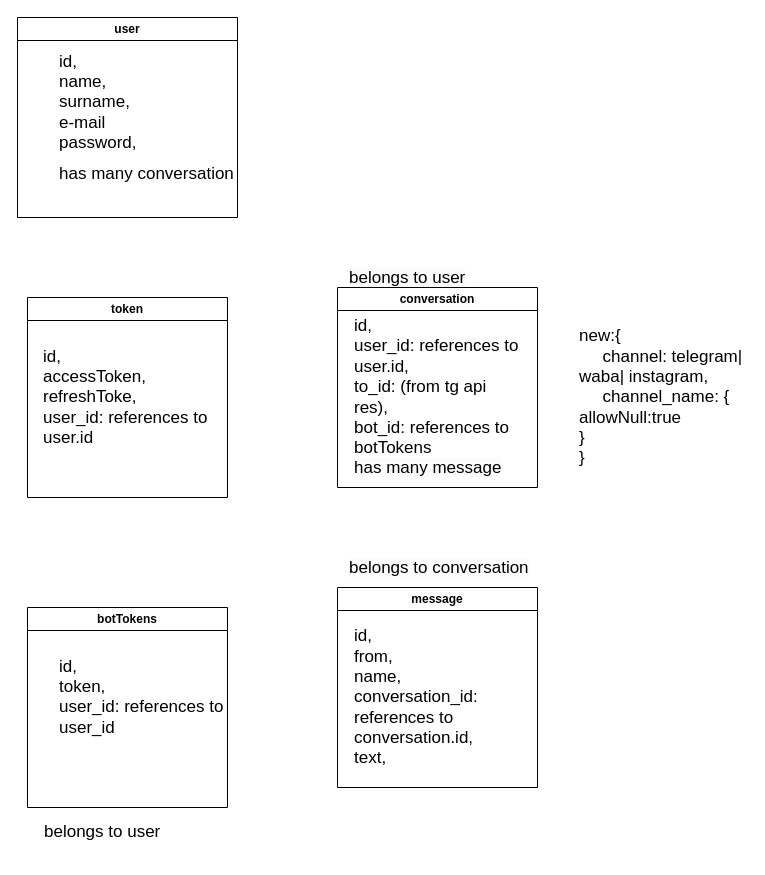
Earlier version of the draw.io diagram Models/Диаграмма без названия.drawio (Fasssni/qrtr-back). Source tidied: cells renumbered, new cells numbered last; positions are measured from the earlier drawing's top-left corner, leaving out a move shared by most shapes. Both pictures are drawn from the tidied source at 100%, with x=0, y=0 at pixel (17, 17).
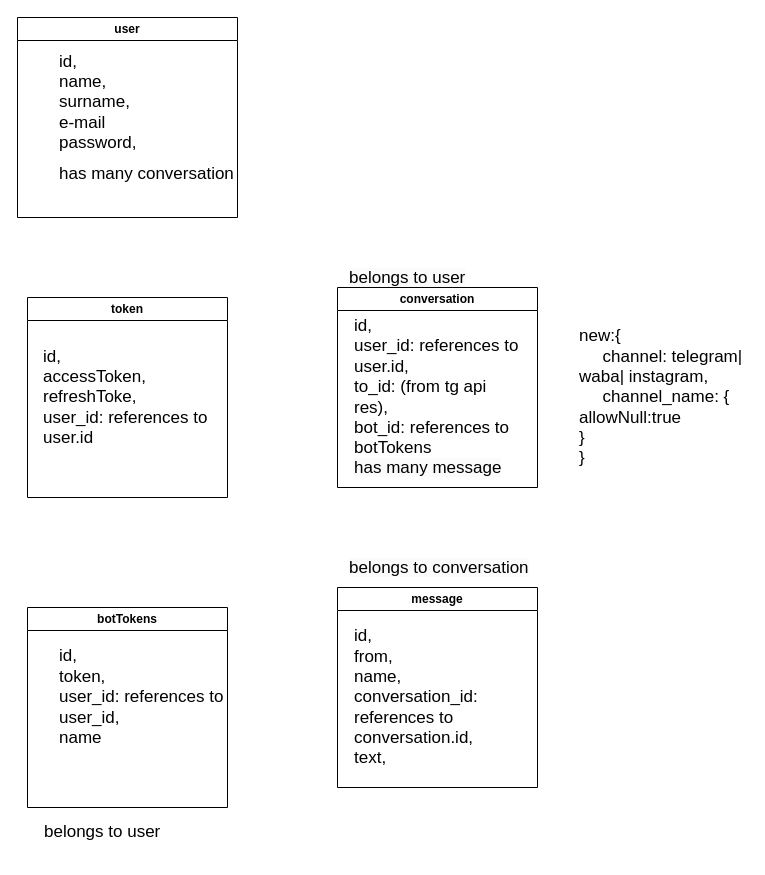
After the change.

The edit, as a diff of the source:
```diff
@@
 <mxGraphModel>
   <root>
     <mxCell id="0" />
     <mxCell id="1" parent="0" />
     <mxCell id="2" value="user" style="swimlane;whiteSpace=wrap;html=1;" parent="1" vertex="1">
       <mxGeometry width="220" height="200" as="geometry" />
     </mxCell>
     <mxCell id="3" value="&lt;div style=&quot;font-size: 17px;&quot;&gt;&lt;span style=&quot;background-color: initial;&quot;&gt;&lt;font style=&quot;font-size: 17px;&quot;&gt;id,&lt;/font&gt;&lt;/span&gt;&lt;/div&gt;&lt;div style=&quot;font-size: 17px;&quot;&gt;&lt;span style=&quot;background-color: initial;&quot;&gt;&lt;font style=&quot;font-size: 17px;&quot;&gt;name,&lt;/font&gt;&lt;/span&gt;&lt;/div&gt;&lt;div style=&quot;font-size: 17px;&quot;&gt;&lt;span style=&quot;background-color: initial;&quot;&gt;&lt;font style=&quot;font-size: 17px;&quot;&gt;surname,&lt;/font&gt;&lt;/span&gt;&lt;/div&gt;&lt;div style=&quot;font-size: 17px;&quot;&gt;&lt;span style=&quot;background-color: initial;&quot;&gt;&lt;font style=&quot;font-size: 17px;&quot;&gt;e-mail&lt;/font&gt;&lt;/span&gt;&lt;/div&gt;&lt;div style=&quot;font-size: 17px;&quot;&gt;&lt;span style=&quot;background-color: initial;&quot;&gt;&lt;font style=&quot;font-size: 17px;&quot;&gt;password,&lt;/font&gt;&lt;/span&gt;&lt;/div&gt;" style="text;strokeColor=none;align=left;fillColor=none;html=1;verticalAlign=middle;whiteSpace=wrap;rounded=0;" parent="2" vertex="1">
       <mxGeometry x="40" y="60" width="60" height="50" as="geometry" />
     </mxCell>
     <mxCell id="4" value="&lt;span style=&quot;font-size: 17px;&quot;&gt;has many conversation&lt;/span&gt;" style="text;whiteSpace=wrap;html=1;" parent="2" vertex="1">
       <mxGeometry x="40" y="140" width="200" height="40" as="geometry" />
     </mxCell>
     <mxCell id="5" value="botTokens" style="swimlane;whiteSpace=wrap;html=1;startSize=23;" parent="1" vertex="1">
       <mxGeometry x="10" y="590" width="200" height="200" as="geometry" />
     </mxCell>
-    <mxCell id="6" value="&lt;div style=&quot;font-size: 17px;&quot;&gt;&lt;span style=&quot;background-color: initial;&quot;&gt;&lt;font style=&quot;font-size: 17px;&quot;&gt;id,&lt;/font&gt;&lt;/span&gt;&lt;/div&gt;&lt;div style=&quot;font-size: 17px;&quot;&gt;token,&amp;nbsp;&lt;/div&gt;&lt;div style=&quot;font-size: 17px;&quot;&gt;user_id: references to user_id&lt;/div&gt;&lt;div style=&quot;font-size: 17px;&quot;&gt;&lt;br&gt;&lt;/div&gt;" style="text;strokeColor=none;align=left;fillColor=none;html=1;verticalAlign=middle;whiteSpace=wrap;rounded=0;" parent="5" vertex="1">
+    <mxCell id="6" value="&lt;div style=&quot;font-size: 17px;&quot;&gt;&lt;span style=&quot;background-color: initial;&quot;&gt;&lt;font style=&quot;font-size: 17px;&quot;&gt;id,&lt;/font&gt;&lt;/span&gt;&lt;/div&gt;&lt;div style=&quot;font-size: 17px;&quot;&gt;token,&amp;nbsp;&lt;/div&gt;&lt;div style=&quot;font-size: 17px;&quot;&gt;user_id: references to user_id,&amp;nbsp;&lt;br&gt;name&lt;/div&gt;&lt;div style=&quot;font-size: 17px;&quot;&gt;&lt;br&gt;&lt;/div&gt;" style="text;strokeColor=none;align=left;fillColor=none;html=1;verticalAlign=middle;whiteSpace=wrap;rounded=0;" parent="5" vertex="1">
       <mxGeometry x="30" y="75" width="170" height="50" as="geometry" />
     </mxCell>
     <mxCell id="7" value="conversation" style="swimlane;whiteSpace=wrap;html=1;startSize=23;" parent="1" vertex="1">
       <mxGeometry x="320" y="270" width="200" height="200" as="geometry" />
     </mxCell>
     <mxCell id="8" value="&lt;div style=&quot;font-size: 17px;&quot;&gt;&lt;span style=&quot;background-color: initial;&quot;&gt;&lt;font style=&quot;font-size: 17px;&quot;&gt;id,&lt;/font&gt;&lt;/span&gt;&lt;/div&gt;&lt;div style=&quot;font-size: 17px;&quot;&gt;user_id: references to user.id,&amp;nbsp;&lt;/div&gt;&lt;div style=&quot;font-size: 17px;&quot;&gt;to_id: (from tg api res),&lt;br&gt;bot_id: references to botTokens&lt;br&gt;&lt;br&gt;&lt;/div&gt;" style="text;strokeColor=none;align=left;fillColor=none;html=1;verticalAlign=middle;whiteSpace=wrap;rounded=0;" parent="7" vertex="1">
       <mxGeometry x="15" y="85" width="170" height="50" as="geometry" />
     </mxCell>
     <mxCell id="9" value="&lt;br&gt;&lt;span style=&quot;color: rgb(0, 0, 0); font-family: Helvetica; font-size: 17px; font-style: normal; font-variant-ligatures: normal; font-variant-caps: normal; font-weight: 400; letter-spacing: normal; orphans: 2; text-align: left; text-indent: 0px; text-transform: none; widows: 2; word-spacing: 0px; -webkit-text-stroke-width: 0px; background-color: rgb(251, 251, 251); text-decoration-thickness: initial; text-decoration-style: initial; text-decoration-color: initial; float: none; display: inline !important;&quot;&gt;has many message&lt;/span&gt;" style="text;whiteSpace=wrap;html=1;" parent="7" vertex="1">
       <mxGeometry x="15" y="150" width="200" height="40" as="geometry" />
     </mxCell>
     <mxCell id="10" value="&#10;&lt;span style=&quot;color: rgb(0, 0, 0); font-family: Helvetica; font-size: 17px; font-style: normal; font-variant-ligatures: normal; font-variant-caps: normal; font-weight: 400; letter-spacing: normal; orphans: 2; text-align: left; text-indent: 0px; text-transform: none; widows: 2; word-spacing: 0px; -webkit-text-stroke-width: 0px; background-color: rgb(251, 251, 251); text-decoration-thickness: initial; text-decoration-style: initial; text-decoration-color: initial; float: none; display: inline !important;&quot;&gt;belongs to user&lt;/span&gt;&#10;&#10;" style="text;whiteSpace=wrap;html=1;" parent="1" vertex="1">
       <mxGeometry x="330" y="230" width="200" height="40" as="geometry" />
     </mxCell>
     <mxCell id="11" value="message" style="swimlane;whiteSpace=wrap;html=1;startSize=23;" parent="1" vertex="1">
       <mxGeometry x="320" y="570" width="200" height="200" as="geometry" />
     </mxCell>
     <mxCell id="12" value="&lt;div style=&quot;font-size: 17px;&quot;&gt;&lt;span style=&quot;background-color: initial;&quot;&gt;&lt;font style=&quot;font-size: 17px;&quot;&gt;id,&lt;/font&gt;&lt;/span&gt;&lt;/div&gt;&lt;div style=&quot;font-size: 17px;&quot;&gt;from,&lt;br&gt;name,&lt;br&gt;conversation_id: references to conversation.id,&lt;br&gt;text,&amp;nbsp;&lt;/div&gt;" style="text;strokeColor=none;align=left;fillColor=none;html=1;verticalAlign=middle;whiteSpace=wrap;rounded=0;" parent="11" vertex="1">
       <mxGeometry x="15" y="85" width="170" height="50" as="geometry" />
     </mxCell>
     <mxCell id="13" value="&lt;br&gt;&lt;span style=&quot;color: rgb(0, 0, 0); font-family: Helvetica; font-size: 17px; font-style: normal; font-variant-ligatures: normal; font-variant-caps: normal; font-weight: 400; letter-spacing: normal; orphans: 2; text-align: left; text-indent: 0px; text-transform: none; widows: 2; word-spacing: 0px; -webkit-text-stroke-width: 0px; background-color: rgb(251, 251, 251); text-decoration-thickness: initial; text-decoration-style: initial; text-decoration-color: initial; float: none; display: inline !important;&quot;&gt;belongs to conversation&lt;/span&gt;&lt;br&gt;" style="text;whiteSpace=wrap;html=1;" parent="1" vertex="1">
       <mxGeometry x="330" y="520" width="200" height="40" as="geometry" />
     </mxCell>
     <mxCell id="14" value="token" style="swimlane;whiteSpace=wrap;html=1;startSize=23;" parent="1" vertex="1">
       <mxGeometry x="10" y="280" width="200" height="200" as="geometry" />
     </mxCell>
     <mxCell id="15" value="&lt;div style=&quot;font-size: 17px;&quot;&gt;&lt;span style=&quot;background-color: initial;&quot;&gt;&lt;font style=&quot;font-size: 17px;&quot;&gt;id,&lt;/font&gt;&lt;/span&gt;&lt;/div&gt;&lt;div style=&quot;font-size: 17px;&quot;&gt;accessToken,&amp;nbsp;&lt;br&gt;refreshToke,&lt;/div&gt;&lt;div style=&quot;font-size: 17px;&quot;&gt;&lt;span style=&quot;background-color: initial;&quot;&gt;&lt;font style=&quot;font-size: 17px;&quot;&gt;user_id: references to user.id&lt;/font&gt;&lt;/span&gt;&lt;/div&gt;" style="text;strokeColor=none;align=left;fillColor=none;html=1;verticalAlign=middle;whiteSpace=wrap;rounded=0;" parent="14" vertex="1">
       <mxGeometry x="14" y="75" width="170" height="50" as="geometry" />
     </mxCell>
     <mxCell id="16" value="&lt;div style=&quot;font-size: 17px;&quot;&gt;belongs to user&lt;/div&gt;" style="text;strokeColor=none;align=left;fillColor=none;html=1;verticalAlign=middle;whiteSpace=wrap;rounded=0;" parent="1" vertex="1">
       <mxGeometry x="25" y="790" width="170" height="50" as="geometry" />
     </mxCell>
     <mxCell id="17" value="&lt;div style=&quot;font-size: 17px;&quot;&gt;new:{&amp;nbsp;&lt;br&gt;&amp;nbsp; &amp;nbsp; &amp;nbsp;channel: telegram| waba| instagram,&lt;/div&gt;&lt;div style=&quot;font-size: 17px;&quot;&gt;&amp;nbsp; &amp;nbsp; &amp;nbsp;channel_name: {&lt;br&gt;allowNull:true&lt;br&gt;}&amp;nbsp; &amp;nbsp;&lt;br&gt;}&lt;/div&gt;" style="text;strokeColor=none;align=left;fillColor=none;html=1;verticalAlign=middle;whiteSpace=wrap;rounded=0;" parent="1" vertex="1">
       <mxGeometry x="560" y="352.5" width="170" height="55" as="geometry" />
     </mxCell>
   </root>
 </mxGraphModel>
```
